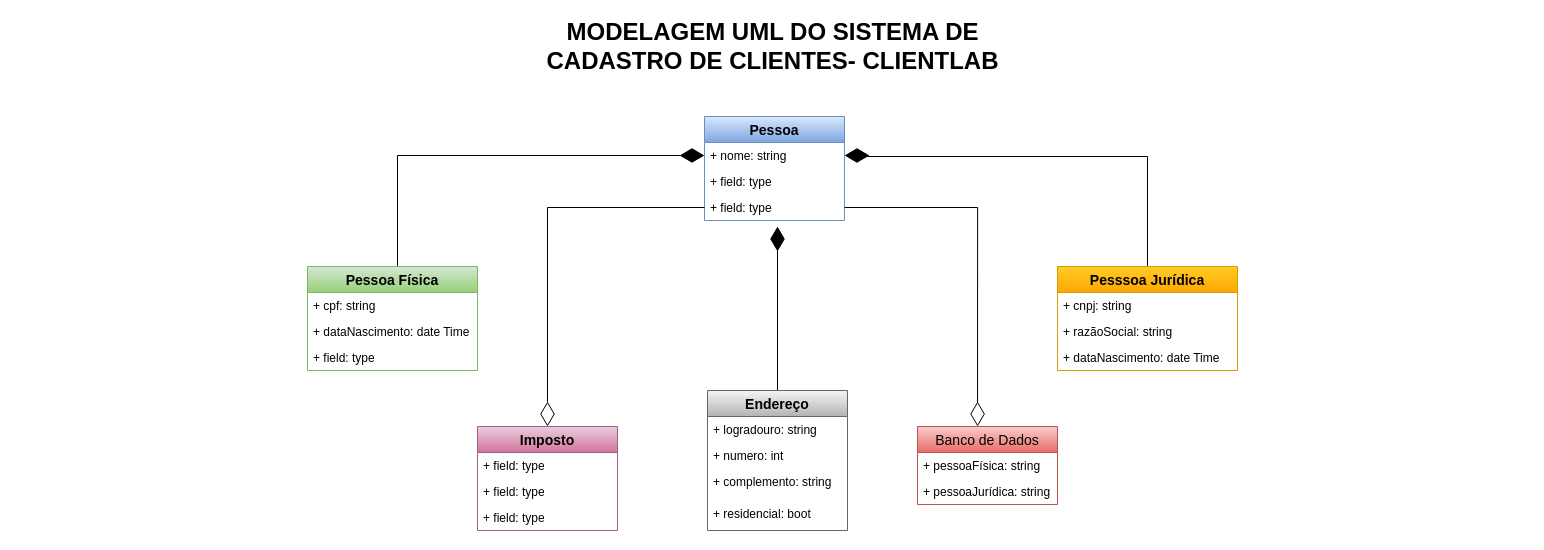
Earlier version of the draw.io diagram Diagrama UML - ClientLab.drawio.xml (AfranioD/Uc12-SA2-1-Diagrama-UML-ClientLab). Source tidied: cells renumbered, new cells numbered last; positions are measured from the earlier drawing's top-left corner, leaving out a move shared by most shapes. Both pictures are drawn from the tidied source at 100%, with x=0, y=0 at pixel (17, 26).
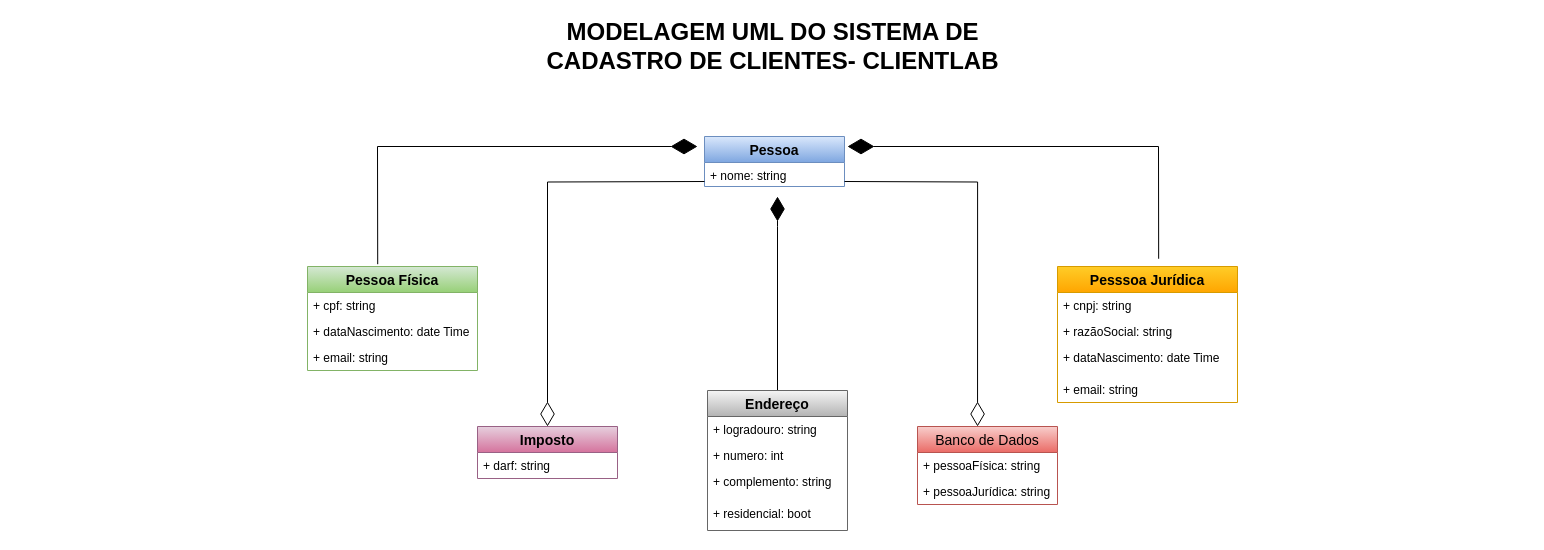
The same page after the edit.

Unchanged cells that the change refers to:
```xml
<mxCell id="13" value="Pessoa Física" style="swimlane;fontStyle=1;horizontal=1;startSize=26;fillColor=#d5e8d4;fontSize=14;gradientColor=#97d077;strokeColor=#82b366;" parent="1" vertex="1">
  <mxGeometry x="290" y="240" width="170" height="104" as="geometry" />
</mxCell>
<mxCell id="18" value="Endereço" style="swimlane;fontStyle=1;horizontal=1;startSize=26;fillColor=#f5f5f5;fontSize=14;gradientColor=#b3b3b3;strokeColor=#666666;" parent="1" vertex="1">
  <mxGeometry x="690" y="364" width="140" height="140" as="geometry" />
</mxCell>
<mxCell id="27" value="Banco de Dados" style="swimlane;fontStyle=0;horizontal=1;startSize=26;fillColor=#f8cecc;fontSize=14;gradientColor=#ea6b66;strokeColor=#b85450;" parent="1" vertex="1">
  <mxGeometry x="900" y="400" width="140" height="78" as="geometry" />
</mxCell>
```

The edit, as a diff of the source:
```diff
@@
-    <mxCell id="3" style="edgeStyle=orthogonalEdgeStyle;rounded=0;jumpSize=7;jettySize=auto;html=1;fontSize=20;endArrow=diamondThin;endFill=1;endSize=22;entryX=1;entryY=0.5;entryDx=0;entryDy=0;" parent="1" edge="1" source="4" target="9">
-      <mxGeometry relative="1" as="geometry">
-        <Array as="points">
-          <mxPoint x="1130" y="130" />
-          <mxPoint x="840" y="130" />
-          <mxPoint x="840" y="129" />
-        </Array>
-      </mxGeometry>
-    </mxCell>
     <mxCell id="4" value="Pesssoa Jurídica" style="swimlane;fontStyle=1;horizontal=1;startSize=26;fillColor=#ffcd28;fontSize=14;gradientColor=#ffa500;strokeColor=#d79b00;" parent="1" vertex="1">
-      <mxGeometry x="1040" y="240" width="180" height="104" as="geometry" />
+      <mxGeometry x="1040" y="240" width="180" height="136" as="geometry" />
     </mxCell>
@@
     <mxCell id="7" value="+ dataNascimento: date Time" style="text;strokeColor=none;fillColor=none;align=left;verticalAlign=top;spacingLeft=4;spacingRight=4;overflow=hidden;" parent="4" vertex="1">
-      <mxGeometry y="78" width="180" height="26" as="geometry" />
+      <mxGeometry y="78" width="180" height="32" as="geometry" />
     </mxCell>
+    <mxCell id="32" value="+ email: string" style="text;strokeColor=none;fillColor=none;align=left;verticalAlign=top;spacingLeft=4;spacingRight=4;overflow=hidden;" parent="4" vertex="1">
+      <mxGeometry y="110" width="180" height="26" as="geometry" />
+    </mxCell>
     <mxCell id="8" value="Pessoa" style="swimlane;fontStyle=1;horizontal=1;startSize=26;fillColor=#dae8fc;fontSize=14;strokeColor=#6c8ebf;gradientColor=#7ea6e0;" parent="1" vertex="1">
-      <mxGeometry x="687" y="90" width="140" height="104" as="geometry" />
+      <mxGeometry x="687" y="110" width="140" height="50" as="geometry" />
     </mxCell>
-    <mxCell id="9" value="+ nome: string" style="text;strokeColor=none;fillColor=none;align=left;verticalAlign=top;spacingLeft=4;spacingRight=4;overflow=hidden;points=[[0,0.5],[1,0.5]];portConstraint=eastwest;" parent="8" vertex="1">
-      <mxGeometry y="26" width="140" height="26" as="geometry" />
+    <mxCell id="9" value="+ nome: string&#10;&#10;" style="text;strokeColor=none;fillColor=none;align=left;verticalAlign=top;spacingLeft=4;spacingRight=4;overflow=hidden;points=[[0,0.5],[1,0.5]];portConstraint=eastwest;" parent="8" vertex="1">
+      <mxGeometry y="26" width="140" height="24" as="geometry" />
     </mxCell>
-    <mxCell id="10" value="+ field: type" style="text;strokeColor=none;fillColor=none;align=left;verticalAlign=top;spacingLeft=4;spacingRight=4;overflow=hidden;" parent="8" vertex="1">
-      <mxGeometry y="52" width="140" height="26" as="geometry" />
-    </mxCell>
-    <mxCell id="11" value="+ field: type" style="text;strokeColor=none;fillColor=none;align=left;verticalAlign=top;spacingLeft=4;spacingRight=4;overflow=hidden;points=[[0,0.5],[1,0.5]];portConstraint=eastwest;" parent="8" vertex="1">
-      <mxGeometry y="78" width="140" height="26" as="geometry" />
-    </mxCell>
-    <mxCell id="12" style="edgeStyle=orthogonalEdgeStyle;rounded=0;jettySize=auto;html=1;fontSize=20;entryX=0;entryY=0.5;entryDx=0;entryDy=0;endArrow=diamondThin;endFill=1;jumpSize=7;endSize=22;" parent="1" edge="1" source="13" target="9">
-      <mxGeometry relative="1" as="geometry">
-        <Array as="points">
-          <mxPoint x="380" y="129" />
-        </Array>
-      </mxGeometry>
-    </mxCell>
@@
-    <mxCell id="16" value="+ field: type" style="text;strokeColor=none;fillColor=none;align=left;verticalAlign=top;spacingLeft=4;spacingRight=4;overflow=hidden;" parent="13" vertex="1">
+    <mxCell id="16" value="+ email: string" style="text;strokeColor=none;fillColor=none;align=left;verticalAlign=top;spacingLeft=4;spacingRight=4;overflow=hidden;" parent="13" vertex="1">
       <mxGeometry y="78" width="170" height="26" as="geometry" />
     </mxCell>
     <mxCell id="17" style="edgeStyle=orthogonalEdgeStyle;rounded=0;jumpSize=7;jettySize=auto;html=1;fontSize=20;endArrow=diamondThin;endFill=1;endSize=22;" parent="1" edge="1" source="18">
       <mxGeometry relative="1" as="geometry">
-        <mxPoint x="760" y="200" as="targetPoint" />
+        <mxPoint x="760" y="170" as="targetPoint" />
         <Array as="points">
           <mxPoint x="760" y="200" />
           <mxPoint x="760" y="200" />
         </Array>
       </mxGeometry>
     </mxCell>
@@
     <mxCell id="23" value="Imposto" style="swimlane;fontStyle=1;horizontal=1;startSize=26;fillColor=#e6d0de;fontSize=14;gradientColor=#d5739d;strokeColor=#996185;" parent="1" vertex="1">
-      <mxGeometry x="460" y="400" width="140" height="104" as="geometry" />
+      <mxGeometry x="460" y="400" width="140" height="52" as="geometry" />
     </mxCell>
-    <mxCell id="24" value="+ field: type" style="text;strokeColor=none;fillColor=none;align=left;verticalAlign=top;spacingLeft=4;spacingRight=4;overflow=hidden;" parent="23" vertex="1">
+    <mxCell id="24" value="+ darf: string" style="text;strokeColor=none;fillColor=none;align=left;verticalAlign=top;spacingLeft=4;spacingRight=4;overflow=hidden;" parent="23" vertex="1">
       <mxGeometry y="26" width="140" height="26" as="geometry" />
     </mxCell>
-    <mxCell id="25" value="+ field: type" style="text;strokeColor=none;fillColor=none;align=left;verticalAlign=top;spacingLeft=4;spacingRight=4;overflow=hidden;" parent="23" vertex="1">
-      <mxGeometry y="52" width="140" height="26" as="geometry" />
-    </mxCell>
-    <mxCell id="26" value="+ field: type" style="text;strokeColor=none;fillColor=none;align=left;verticalAlign=top;spacingLeft=4;spacingRight=4;overflow=hidden;" parent="23" vertex="1">
-      <mxGeometry y="78" width="140" height="26" as="geometry" />
-    </mxCell>
@@
-    <mxCell id="30" style="edgeStyle=orthogonalEdgeStyle;rounded=0;jumpSize=7;jettySize=auto;html=1;fontSize=20;endArrow=diamondThin;endFill=0;endSize=22;entryX=0.5;entryY=0;entryDx=0;entryDy=0;" parent="1" edge="1" source="11" target="23">
-      <mxGeometry relative="1" as="geometry" />
+    <mxCell id="30" style="edgeStyle=orthogonalEdgeStyle;rounded=0;jumpSize=7;jettySize=auto;html=1;fontSize=20;endArrow=diamondThin;endFill=0;endSize=22;entryX=0.5;entryY=0;entryDx=0;entryDy=0;" parent="1" edge="1" target="23">
+      <mxGeometry relative="1" as="geometry">
+        <mxPoint x="687" y="155" as="sourcePoint" />
+      </mxGeometry>
     </mxCell>
-    <mxCell id="31" style="edgeStyle=orthogonalEdgeStyle;rounded=0;jumpSize=7;jettySize=auto;html=1;fontSize=20;endArrow=diamondThin;endFill=0;endSize=22;entryX=0.429;entryY=0;entryDx=0;entryDy=0;entryPerimeter=0;" parent="1" edge="1" source="11" target="27">
-      <mxGeometry relative="1" as="geometry" />
+    <mxCell id="31" style="edgeStyle=orthogonalEdgeStyle;rounded=0;jumpSize=7;jettySize=auto;html=1;fontSize=20;endArrow=diamondThin;endFill=0;endSize=22;entryX=0.429;entryY=0;entryDx=0;entryDy=0;entryPerimeter=0;" parent="1" edge="1" target="27">
+      <mxGeometry relative="1" as="geometry">
+        <mxPoint x="827" y="155" as="sourcePoint" />
+      </mxGeometry>
     </mxCell>
+    <mxCell id="33" style="endArrow=diamondThin;endFill=1;endSize=24;html=1;rounded=0;exitX=0.413;exitY=-0.022;exitDx=0;exitDy=0;exitPerimeter=0;" parent="1" edge="1" source="13">
+      <mxGeometry relative="1" as="geometry">
+        <mxPoint x="680" y="120" as="targetPoint" />
+        <Array as="points">
+          <mxPoint x="360" y="120" />
+        </Array>
+      </mxGeometry>
+    </mxCell>
+    <mxCell id="34" style="endArrow=diamondThin;endFill=1;endSize=24;html=1;rounded=0;exitX=0.562;exitY=-0.057;exitDx=0;exitDy=0;exitPerimeter=0;" parent="1" edge="1" source="4">
+      <mxGeometry relative="1" as="geometry">
+        <mxPoint x="830" y="120" as="targetPoint" />
+        <Array as="points">
+          <mxPoint x="1141" y="120" />
+        </Array>
+      </mxGeometry>
+    </mxCell>
```
